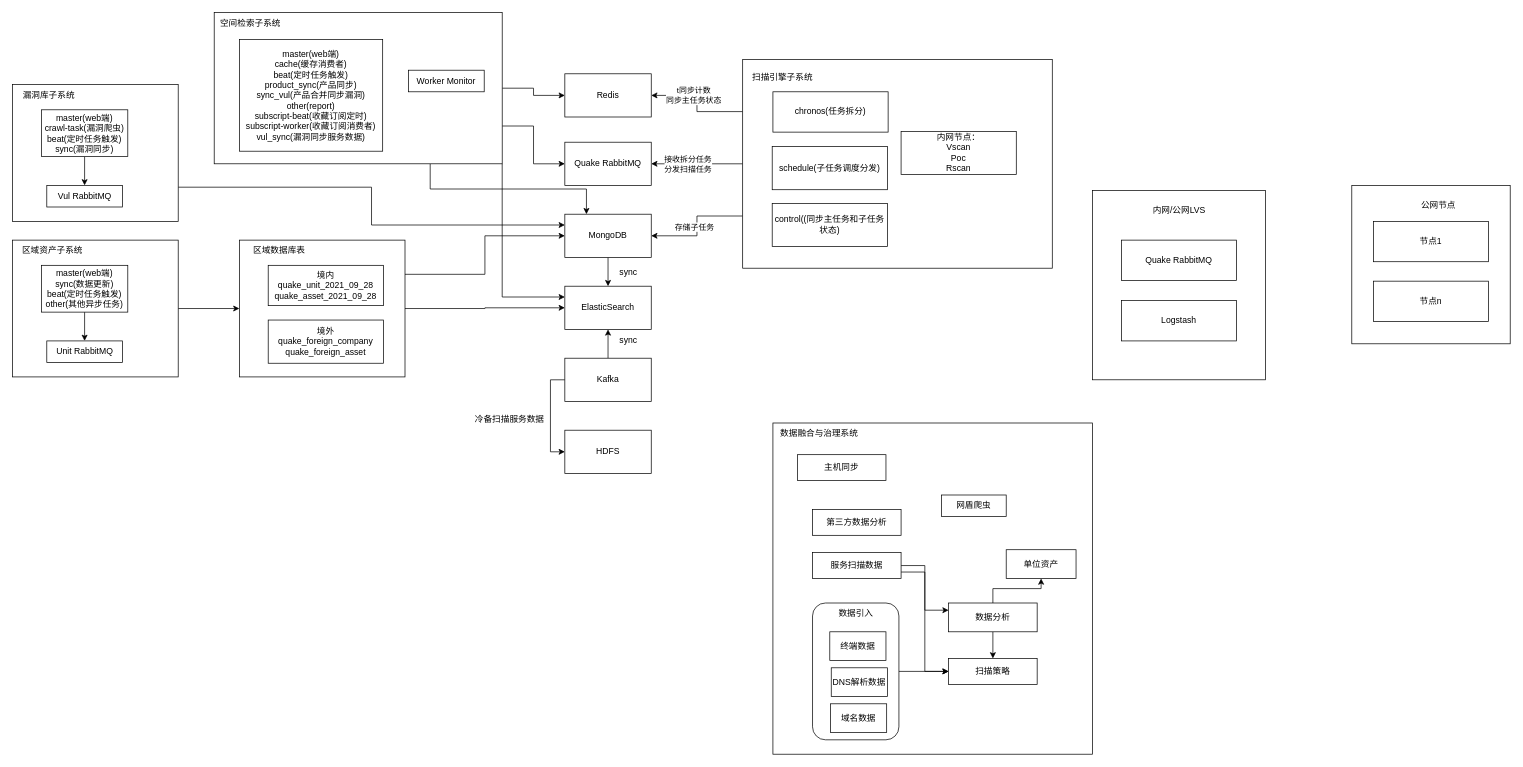
Darr-en1/pdf keeps this draw.io diagram as 未命名绘图.drawio. Above is the earlier version. Source tidied: cells renumbered, new cells numbered last; positions are measured from the earlier drawing's top-left corner, leaving out a move shared by most shapes. Both pictures are drawn from the tidied source at 72%, with x=0, y=0 at pixel (12, 12).
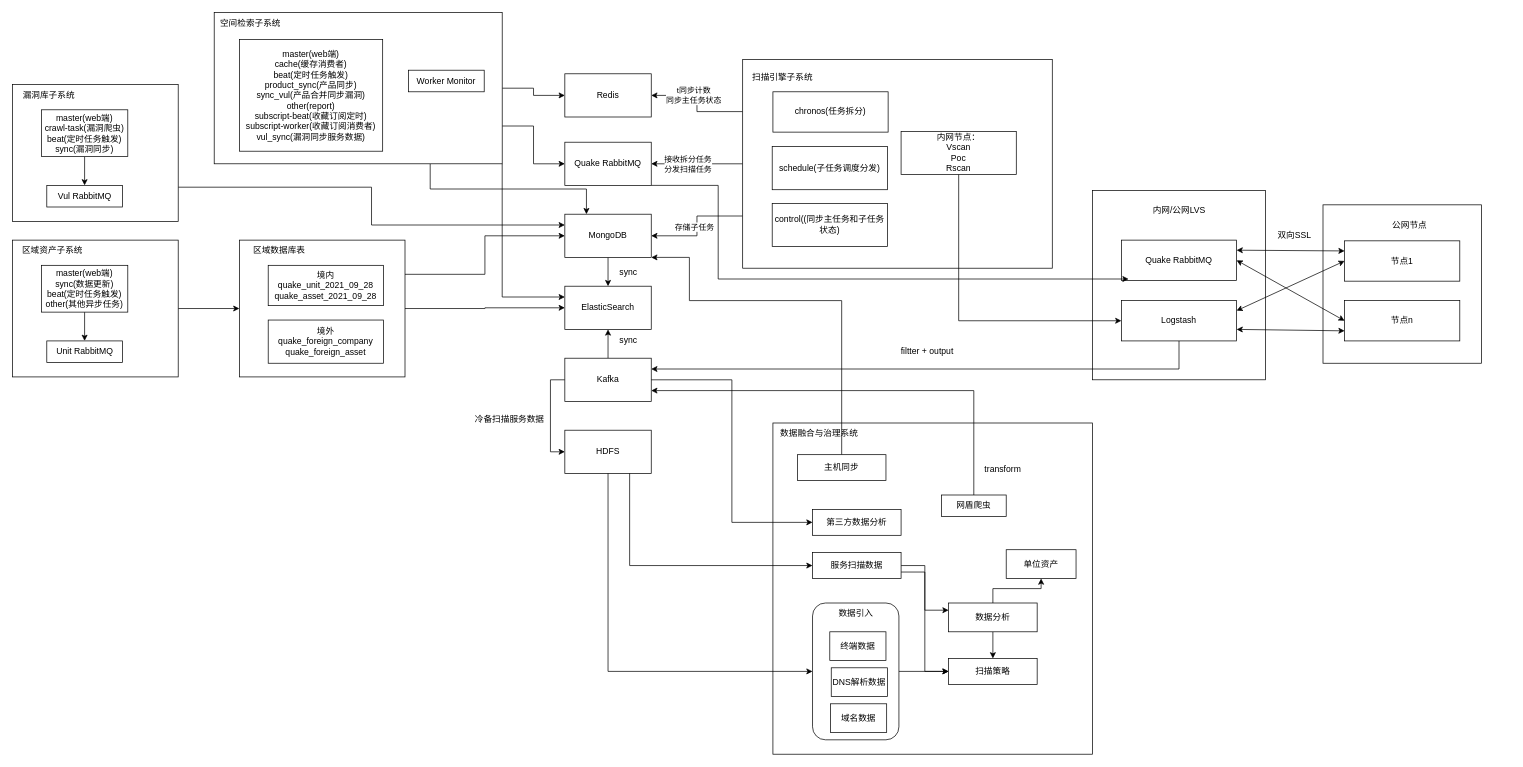
The same diagram, later.

Commit message (it also covers changes not shown here):
更新未命名绘图.drawio

Unchanged cells that the change refers to:
```xml
<mxCell id="29" value="Quake RabbitMQ" style="rounded=0;whiteSpace=wrap;html=1;" parent="1" vertex="1">
  <mxGeometry x="767" y="180" width="120" height="60" as="geometry" />
</mxCell>
<mxCell id="32" value="MongoDB" style="rounded=0;whiteSpace=wrap;html=1;" parent="1" vertex="1">
  <mxGeometry x="767" y="280" width="120" height="60" as="geometry" />
</mxCell>
<mxCell id="33" value="HDFS" style="rounded=0;whiteSpace=wrap;html=1;" parent="1" vertex="1">
  <mxGeometry x="767" y="580" width="120" height="60" as="geometry" />
</mxCell>
<mxCell id="36" value="Kafka" style="rounded=0;whiteSpace=wrap;html=1;" parent="1" vertex="1">
  <mxGeometry x="767" y="480" width="120" height="60" as="geometry" />
</mxCell>
<mxCell id="48" value="内网节点：&lt;br&gt;Vscan&lt;br&gt;Poc&lt;br&gt;Rscan" style="rounded=0;whiteSpace=wrap;html=1;" parent="1" vertex="1">
  <mxGeometry x="1234" y="165" width="160" height="60" as="geometry" />
</mxCell>
<mxCell id="50" value="Quake RabbitMQ" style="rounded=0;whiteSpace=wrap;html=1;" parent="1" vertex="1">
  <mxGeometry x="1540" y="316" width="160" height="56" as="geometry" />
</mxCell>
<mxCell id="52" value="Logstash" style="rounded=0;whiteSpace=wrap;html=1;" parent="1" vertex="1">
  <mxGeometry x="1540" y="400" width="160" height="56" as="geometry" />
</mxCell>
<mxCell id="59" value="主机同步" style="rounded=0;whiteSpace=wrap;html=1;" parent="1" vertex="1">
  <mxGeometry x="1090" y="614" width="123" height="36" as="geometry" />
</mxCell>
<mxCell id="60" value="第三方数据分析" style="rounded=0;whiteSpace=wrap;html=1;" parent="1" vertex="1">
  <mxGeometry x="1111" y="690" width="123" height="36" as="geometry" />
</mxCell>
<mxCell id="63" value="服务扫描数据" style="rounded=0;whiteSpace=wrap;html=1;" parent="1" vertex="1">
  <mxGeometry x="1111" y="750" width="123" height="36" as="geometry" />
</mxCell>
<mxCell id="65" style="rounded=1;whiteSpace=wrap;html=1;" parent="1" vertex="1">
  <mxGeometry x="1111" y="820" width="120" height="190" as="geometry" />
</mxCell>
<mxCell id="70" value="网盾爬虫" style="rounded=0;whiteSpace=wrap;html=1;" parent="1" vertex="1">
  <mxGeometry x="1290" y="670" width="90" height="30" as="geometry" />
</mxCell>
```

The edit, as a diff of the source:
```diff
@@
+    <mxCell id="79" style="edgeStyle=orthogonalEdgeStyle;rounded=0;jettySize=auto;html=1;exitX=0.5;exitY=1;exitDx=0;exitDy=0;entryX=1;entryY=0.25;entryDx=0;entryDy=0;" parent="1" edge="1" source="52" target="36">
+      <mxGeometry relative="1" as="geometry" />
+    </mxCell>
@@
     <mxCell id="53" style="rounded=0;whiteSpace=wrap;html=1;" parent="1" vertex="1">
-      <mxGeometry x="1860" y="240" width="220" height="220" as="geometry" />
+      <mxGeometry x="1820" y="267" width="220" height="220" as="geometry" />
     </mxCell>
     <mxCell id="54" value="节点1" style="rounded=0;whiteSpace=wrap;html=1;" parent="1" vertex="1">
-      <mxGeometry x="1890" y="290" width="160" height="56" as="geometry" />
+      <mxGeometry x="1850" y="317" width="160" height="56" as="geometry" />
     </mxCell>
     <mxCell id="55" value="公网节点" style="text;html=1;align=center;verticalAlign=middle;strokeColor=none;fillColor=none;" parent="1" vertex="1">
-      <mxGeometry x="1945" y="253" width="70" height="30" as="geometry" />
+      <mxGeometry x="1905" y="280" width="70" height="30" as="geometry" />
     </mxCell>
     <mxCell id="56" value="节点n" style="rounded=0;whiteSpace=wrap;html=1;" parent="1" vertex="1">
-      <mxGeometry x="1890" y="373" width="160" height="56" as="geometry" />
+      <mxGeometry x="1850" y="400" width="160" height="56" as="geometry" />
     </mxCell>
@@
+    <mxCell id="80" style="edgeStyle=orthogonalEdgeStyle;rounded=0;jettySize=auto;html=1;exitX=0.5;exitY=0;exitDx=0;exitDy=0;entryX=1;entryY=1;entryDx=0;entryDy=0;" parent="1" edge="1" source="59" target="32">
+      <mxGeometry relative="1" as="geometry">
+        <Array as="points">
+          <mxPoint x="1152" y="400" />
+          <mxPoint x="940" y="400" />
+          <mxPoint x="940" y="340" />
+        </Array>
+      </mxGeometry>
+    </mxCell>
@@
+    <mxCell id="81" style="edgeStyle=orthogonalEdgeStyle;rounded=0;jettySize=auto;html=1;exitX=0.5;exitY=0;exitDx=0;exitDy=0;entryX=1;entryY=0.75;entryDx=0;entryDy=0;" parent="1" edge="1" source="70" target="36">
+      <mxGeometry relative="1" as="geometry" />
+    </mxCell>
@@
+    <mxCell id="82" style="edgeStyle=orthogonalEdgeStyle;rounded=0;jettySize=auto;html=1;exitX=0.5;exitY=1;exitDx=0;exitDy=0;entryX=0;entryY=0.5;entryDx=0;entryDy=0;" parent="1" edge="1" source="33" target="65">
+      <mxGeometry relative="1" as="geometry" />
+    </mxCell>
+    <mxCell id="83" style="edgeStyle=orthogonalEdgeStyle;rounded=0;jettySize=auto;html=1;exitX=0.75;exitY=1;exitDx=0;exitDy=0;entryX=0;entryY=0.5;entryDx=0;entryDy=0;" parent="1" edge="1" source="33" target="63">
+      <mxGeometry relative="1" as="geometry" />
+    </mxCell>
+    <mxCell id="84" style="edgeStyle=orthogonalEdgeStyle;rounded=0;jettySize=auto;html=1;exitX=1;exitY=0.5;exitDx=0;exitDy=0;entryX=0;entryY=0.5;entryDx=0;entryDy=0;" parent="1" edge="1" source="36" target="60">
+      <mxGeometry relative="1" as="geometry" />
+    </mxCell>
+    <mxCell id="85" value="transform" style="text;html=1;align=center;verticalAlign=middle;strokeColor=none;fillColor=none;" parent="1" vertex="1">
+      <mxGeometry x="1340" y="620" width="70" height="30" as="geometry" />
+    </mxCell>
+    <mxCell id="86" value="filtter + output" style="text;html=1;align=center;verticalAlign=middle;strokeColor=none;fillColor=none;" parent="1" vertex="1">
+      <mxGeometry x="1220" y="456" width="100" height="30" as="geometry" />
+    </mxCell>
+    <mxCell id="87" style="edgeStyle=orthogonalEdgeStyle;rounded=0;jettySize=auto;html=1;exitX=1;exitY=1;exitDx=0;exitDy=0;" parent="1" edge="1" source="29">
+      <mxGeometry relative="1" as="geometry">
+        <mxPoint x="1550" y="370" as="targetPoint" />
+        <Array as="points">
+          <mxPoint x="980" y="240" />
+          <mxPoint x="980" y="370" />
+        </Array>
+      </mxGeometry>
+    </mxCell>
+    <mxCell id="88" style="edgeStyle=orthogonalEdgeStyle;rounded=0;jettySize=auto;html=1;exitX=0.5;exitY=1;exitDx=0;exitDy=0;entryX=0;entryY=0.5;entryDx=0;entryDy=0;" parent="1" edge="1" source="48" target="52">
+      <mxGeometry relative="1" as="geometry" />
+    </mxCell>
+    <mxCell id="89" style="endArrow=classic;startArrow=classic;html=1;rounded=0;exitX=1;exitY=0.5;exitDx=0;exitDy=0;entryX=0;entryY=0.5;entryDx=0;entryDy=0;" parent="1" edge="1" source="50" target="56">
+      <mxGeometry relative="1" as="geometry" />
+    </mxCell>
+    <mxCell id="90" style="endArrow=classic;startArrow=classic;html=1;rounded=0;entryX=0;entryY=0.75;entryDx=0;entryDy=0;" parent="1" edge="1" target="56">
+      <mxGeometry relative="1" as="geometry">
+        <mxPoint x="1700" y="440" as="sourcePoint" />
+      </mxGeometry>
+    </mxCell>
+    <mxCell id="91" style="endArrow=classic;startArrow=classic;html=1;rounded=0;entryX=0;entryY=0.5;entryDx=0;entryDy=0;exitX=1;exitY=0.25;exitDx=0;exitDy=0;" parent="1" edge="1" source="52" target="54">
+      <mxGeometry relative="1" as="geometry" />
+    </mxCell>
+    <mxCell id="92" style="endArrow=classic;startArrow=classic;html=1;rounded=0;entryX=0;entryY=0.25;entryDx=0;entryDy=0;exitX=1;exitY=0.25;exitDx=0;exitDy=0;" parent="1" edge="1" source="50" target="54">
+      <mxGeometry relative="1" as="geometry" />
+    </mxCell>
+    <mxCell id="93" value="双向SSL" style="text;html=1;align=center;verticalAlign=middle;strokeColor=none;fillColor=none;" parent="1" vertex="1">
+      <mxGeometry x="1745" y="295" width="70" height="30" as="geometry" />
+    </mxCell>
```
